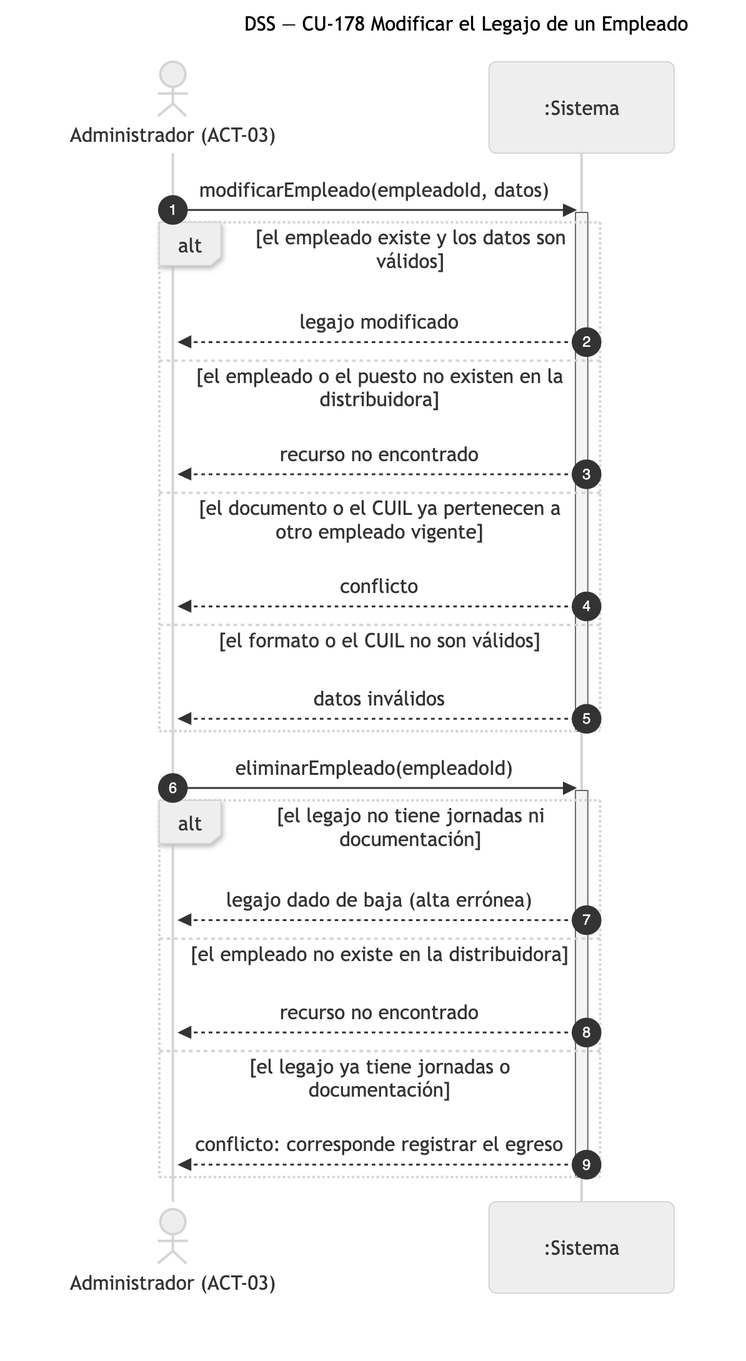
Earlier version of the Mermaid export diagramas/png/DSS_CU-178_Modificar-el-Legajo-de-un-Empleado.png (Nahuelito-Dev/splg-docs). Its source is kept beside it as diagramas/DSS_CU-178_Modificar-el-Legajo-de-un-Empleado.mmd. Source of this version:
```mermaid
sequenceDiagram
    title DSS — CU-178 Modificar el Legajo de un Empleado
    autonumber
    actor ADM as Administrador (ACT-03)
    participant SIS as :Sistema

    ADM->>SIS: modificarEmpleado(empleadoId, datos)
    activate SIS
    alt el empleado existe y los datos son válidos
        SIS-->>ADM: legajo modificado
    else el empleado o el puesto no existen en la distribuidora
        SIS-->>ADM: recurso no encontrado
    else el documento o el CUIL ya pertenecen a otro empleado vigente
        SIS-->>ADM: conflicto
    else el formato o el CUIL no son válidos
        SIS-->>ADM: datos inválidos
    end
    deactivate SIS

    ADM->>SIS: eliminarEmpleado(empleadoId)
    activate SIS
    alt el legajo no tiene jornadas ni documentación
        SIS-->>ADM: legajo dado de baja (alta errónea)
    else el empleado no existe en la distribuidora
        SIS-->>ADM: recurso no encontrado
    else el legajo ya tiene jornadas o documentación
        SIS-->>ADM: conflicto: corresponde registrar el egreso
    end
    deactivate SIS
```
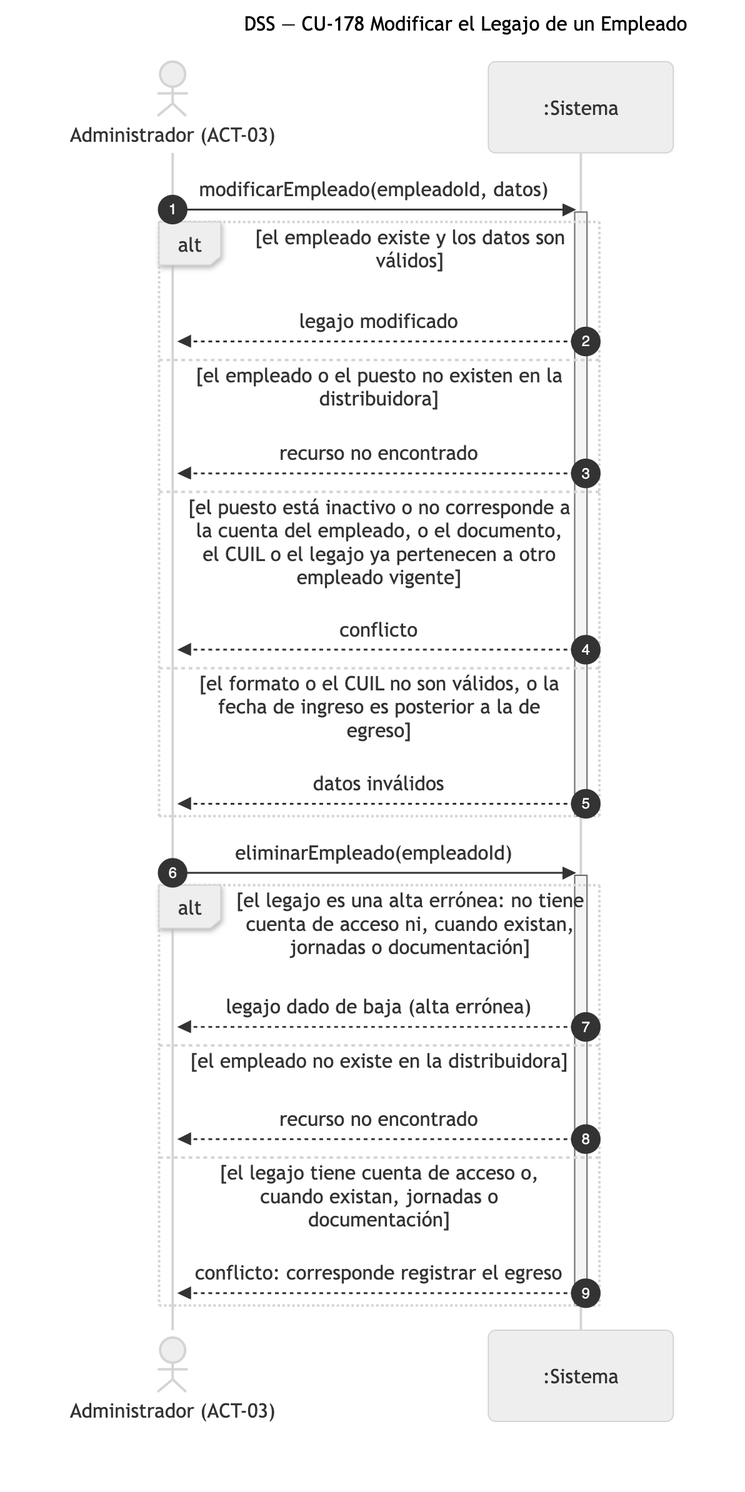
The same file after the commit.

The edit, as a diff of the source:
```diff
@@ -10,20 +10,20 @@
         SIS-->>ADM: legajo modificado
     else el empleado o el puesto no existen en la distribuidora
         SIS-->>ADM: recurso no encontrado
-    else el documento o el CUIL ya pertenecen a otro empleado vigente
+    else el puesto está inactivo o no corresponde a la cuenta del empleado, o el documento, el CUIL o el legajo ya pertenecen a otro empleado vigente
         SIS-->>ADM: conflicto
-    else el formato o el CUIL no son válidos
+    else el formato o el CUIL no son válidos, o la fecha de ingreso es posterior a la de egreso
         SIS-->>ADM: datos inválidos
     end
     deactivate SIS
 
     ADM->>SIS: eliminarEmpleado(empleadoId)
     activate SIS
-    alt el legajo no tiene jornadas ni documentación
+    alt el legajo es una alta errónea: no tiene cuenta de acceso ni, cuando existan, jornadas o documentación
         SIS-->>ADM: legajo dado de baja (alta errónea)
     else el empleado no existe en la distribuidora
         SIS-->>ADM: recurso no encontrado
-    else el legajo ya tiene jornadas o documentación
+    else el legajo tiene cuenta de acceso o, cuando existan, jornadas o documentación
         SIS-->>ADM: conflicto: corresponde registrar el egreso
     end
     deactivate SIS
```
